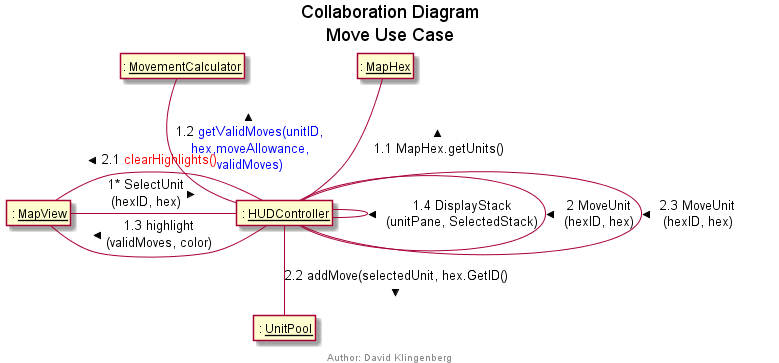
The PlantUML diagram doc/CollaborationDiagrams/Collaboration MoveUnit.png in cjeffery/sworsorc, before a commit.
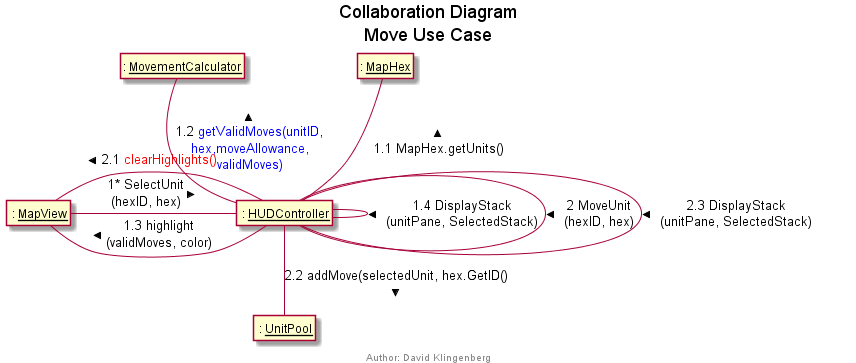
Above is the later version.

Commit message:
Fix an error in the move unit collaboration diagram.

Change to the diagram source:
```diff
@@ -20,7 +20,7 @@
 HC - HC : 2 MoveUnit\n(hexID, hex) >
 HC - MV : 2.1 <font color=red>clearHighlights() >
 HC -- UP : 2.2 addMove(selectedUnit, hex.GetID() >
-HC - HC : 2.3 MoveUnit\n(hexID, hex) >
+HC - HC : 2.3 DisplayStack\n(unitPane, SelectedStack) >
 
 
 
```
